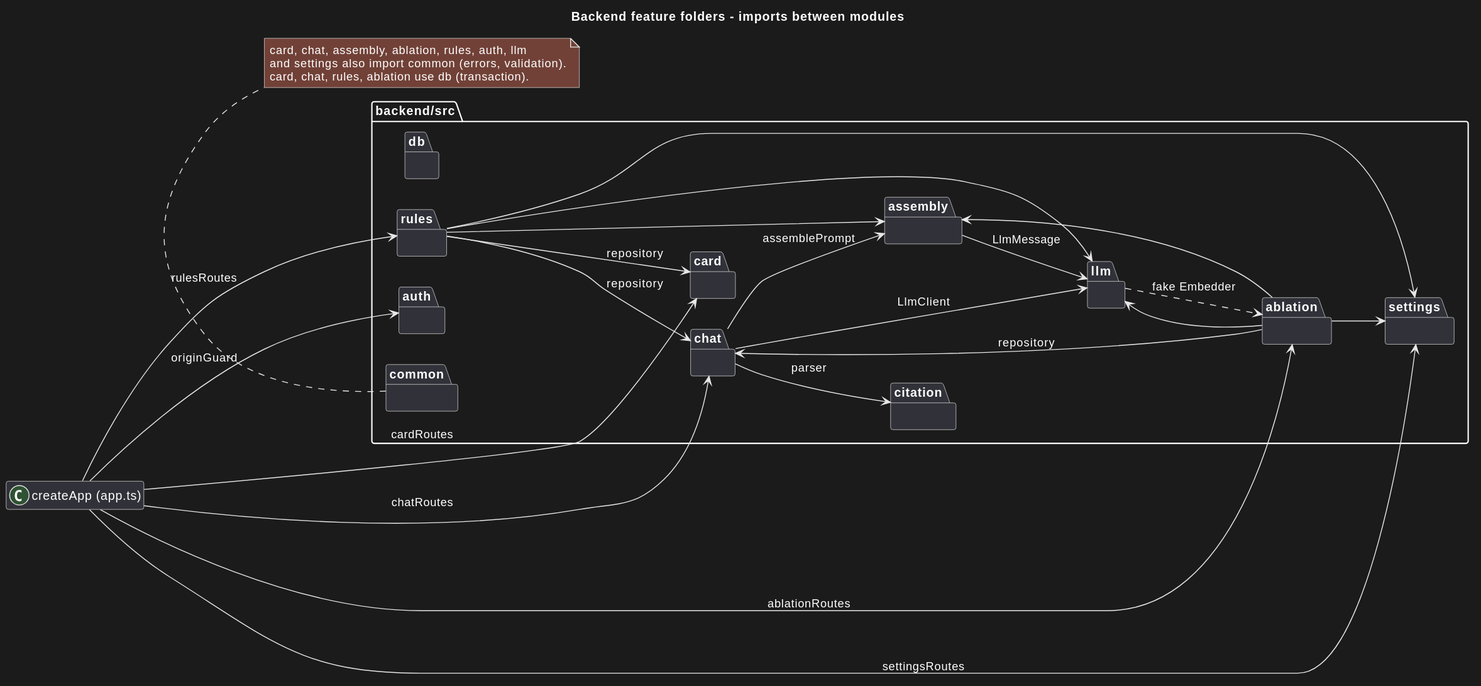
Before: docs/diagrams/backend-package.svg, a diagram exported from PlantUML (enessosa/PromptSys). The source it was exported from:
```plantuml
@startuml
title Backend feature folders - imports between modules
left to right direction
hide empty members

class "createApp (app.ts)" as createApp

package "backend/src" {
  package card {
  }
  package chat {
  }
  package assembly {
  }
  package citation {
  }
  package llm {
  }
  package ablation {
  }
  package rules {
  }
  package settings {
  }
  package auth {
  }
  package db {
  }
  package common {
  }
}

createApp --> card : cardRoutes
createApp --> chat : chatRoutes
createApp --> ablation : ablationRoutes
createApp --> rules : rulesRoutes
createApp --> settings : settingsRoutes
createApp --> auth : originGuard

chat --> assembly : assemblePrompt
chat --> citation : parser
chat --> llm : LlmClient
ablation --> chat : repository
ablation --> assembly
ablation --> settings
ablation --> llm
rules --> card : repository
rules --> chat : repository
rules --> assembly
rules --> settings
rules --> llm
assembly --> llm : LlmMessage
llm ..> ablation : fake Embedder

note bottom of common
  card, chat, assembly, ablation, rules, auth, llm
  and settings also import common (errors, validation).
  card, chat, rules, ablation use db (transaction).
end note
@enduml
```
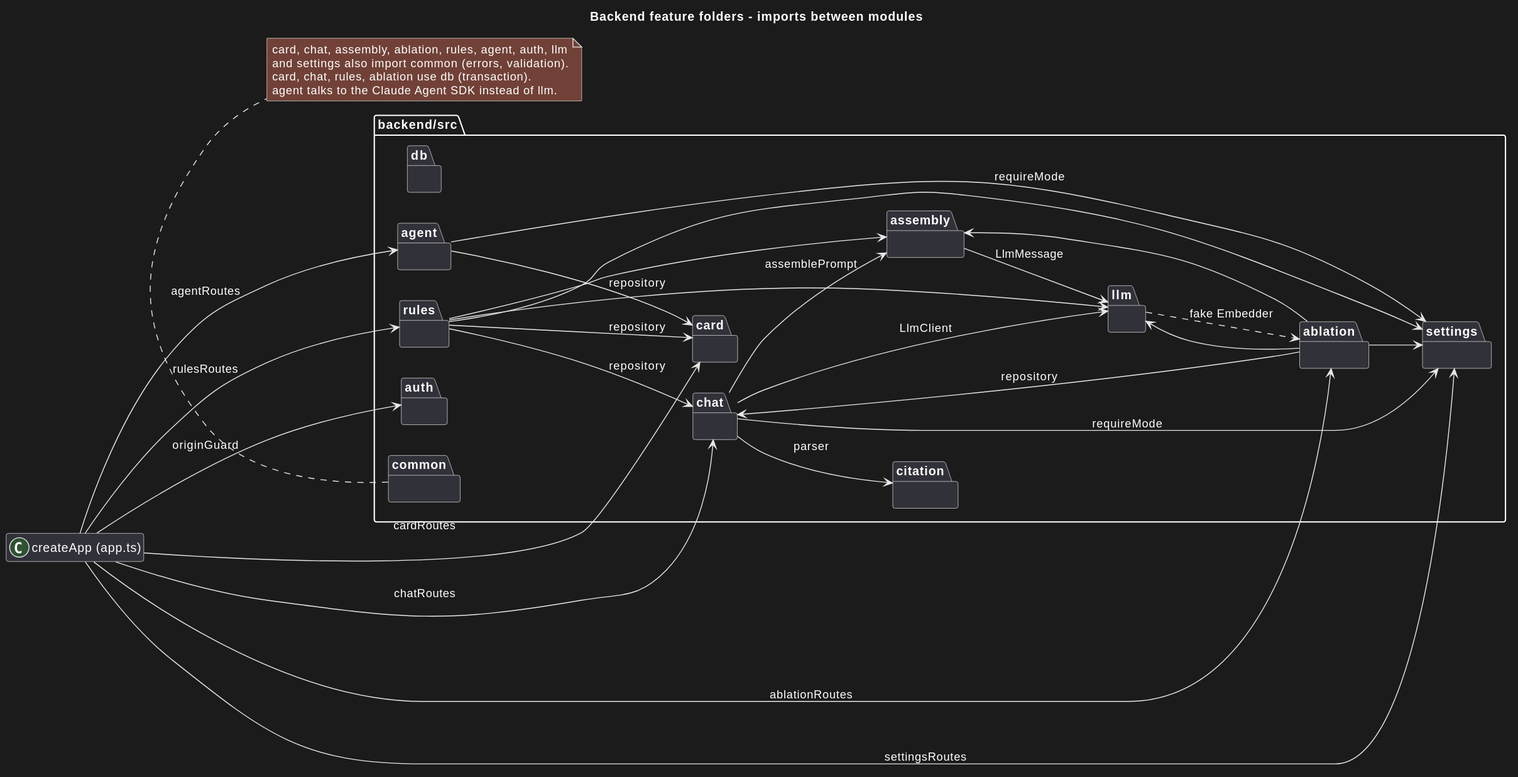
The same file after the commit.

Diff of the diagram source:
```diff
@@ -16,6 +16,8 @@
   }
   package llm {
   }
+  package agent {
+  }
   package ablation {
   }
   package rules {
@@ -33,6 +35,7 @@
 createApp --> card : cardRoutes
 createApp --> chat : chatRoutes
 createApp --> ablation : ablationRoutes
+createApp --> agent : agentRoutes
 createApp --> rules : rulesRoutes
 createApp --> settings : settingsRoutes
 createApp --> auth : originGuard
@@ -40,10 +43,13 @@
 chat --> assembly : assemblePrompt
 chat --> citation : parser
 chat --> llm : LlmClient
+chat --> settings : requireMode
 ablation --> chat : repository
 ablation --> assembly
 ablation --> settings
 ablation --> llm
+agent --> card : repository
+agent --> settings : requireMode
 rules --> card : repository
 rules --> chat : repository
 rules --> assembly
@@ -53,8 +59,9 @@
 llm ..> ablation : fake Embedder
 
 note bottom of common
-  card, chat, assembly, ablation, rules, auth, llm
+  card, chat, assembly, ablation, rules, agent, auth, llm
   and settings also import common (errors, validation).
   card, chat, rules, ablation use db (transaction).
+  agent talks to the Claude Agent SDK instead of llm.
 end note
 @enduml
```
